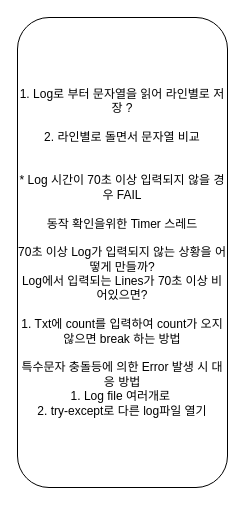
Garam92kim/programmers keeps this draw.io diagram as SideProject/AutomationForWCBS/AutomationforWCBS.drawio. Above is the earlier version. Source tidied: cells renumbered, new cells numbered last; positions are measured from the earlier drawing's top-left corner, leaving out a move shared by most shapes. Both pictures are drawn from the tidied source at 100%, with x=0, y=0 at pixel (17, 17).
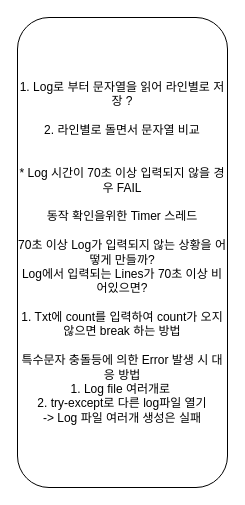
After the change.

The edit, as a diff of the source:
```diff
@@
 <mxGraphModel>
   <root>
     <mxCell id="0" />
     <mxCell id="1" parent="0" />
-    <mxCell id="2" value="1. Log로 부터 문자열을 읽어 라인별로 저장 ?&lt;br&gt;&lt;br&gt;2. 라인별로 돌면서 문자열 비교&lt;br&gt;&lt;br&gt;&lt;br&gt;* Log 시간이 70초 이상 입력되지 않을 경우 FAIL&lt;br&gt;&lt;br&gt;동작 확인을위한 Timer 스레드&lt;br&gt;&lt;br&gt;70초 이상 Log가 입력되지 않는 상황을 어떻게 만들까?&lt;br&gt;Log에서 입력되는 Lines가 70초 이상 비어있으면?&lt;br&gt;&lt;br&gt;1. Txt에 count를 입력하여 count가 오지 않으면 break 하는 방법&lt;br&gt;&lt;br&gt;특수문자 충돌등에 의한 Error 발생 시 대응 방법&lt;br&gt;1. Log file 여러개로&amp;nbsp;&lt;br&gt;2. try-except로 다른 log파일 열기" style="rounded=1;whiteSpace=wrap;html=1;fontSize=12;glass=0;strokeWidth=1;shadow=0;" parent="1" vertex="1">
+    <mxCell id="2" value="1. Log로 부터 문자열을 읽어 라인별로 저장 ?&lt;br&gt;&lt;br&gt;2. 라인별로 돌면서 문자열 비교&lt;br&gt;&lt;br&gt;&lt;br&gt;* Log 시간이 70초 이상 입력되지 않을 경우 FAIL&lt;br&gt;&lt;br&gt;동작 확인을위한 Timer 스레드&lt;br&gt;&lt;br&gt;70초 이상 Log가 입력되지 않는 상황을 어떻게 만들까?&lt;br&gt;Log에서 입력되는 Lines가 70초 이상 비어있으면?&lt;br&gt;&lt;br&gt;1. Txt에 count를 입력하여 count가 오지 않으면 break 하는 방법&lt;br&gt;&lt;br&gt;특수문자 충돌등에 의한 Error 발생 시 대응 방법&lt;br&gt;1. Log file 여러개로&amp;nbsp;&lt;br&gt;2. try-except로 다른 log파일 열기&lt;br&gt;-&amp;gt; Log 파일 여러개 생성은 실패" style="rounded=1;whiteSpace=wrap;html=1;fontSize=12;glass=0;strokeWidth=1;shadow=0;" parent="1" vertex="1">
       <mxGeometry width="210" height="470" as="geometry" />
     </mxCell>
   </root>
 </mxGraphModel>
```
